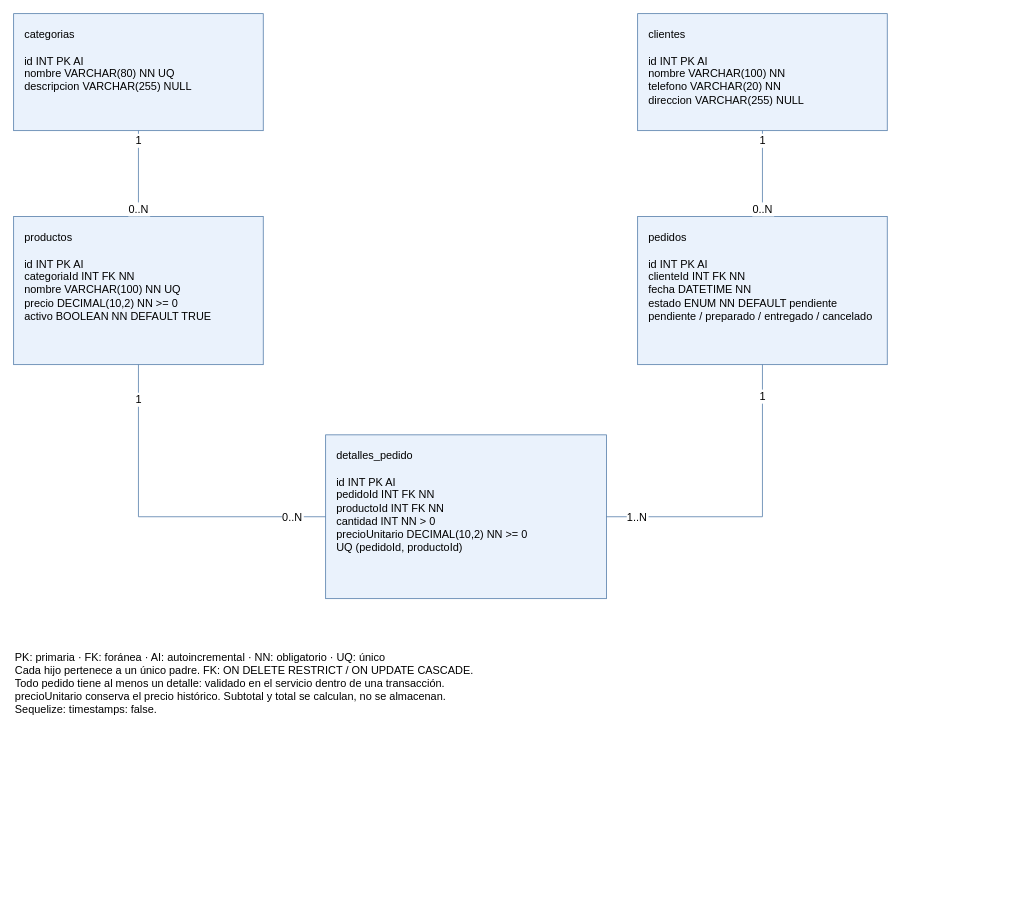
Before: docs/DER_SUGAR_MOOD.drawio in waynerfwdarauz08-byte/sugar_mood, a draw.io diagram. Source tidied: cells renumbered, new cells numbered last; positions are measured from the earlier drawing's top-left corner, leaving out a move shared by most shapes. Both pictures are drawn from the tidied source at 78%, with x=0, y=0 at pixel (13, 13).
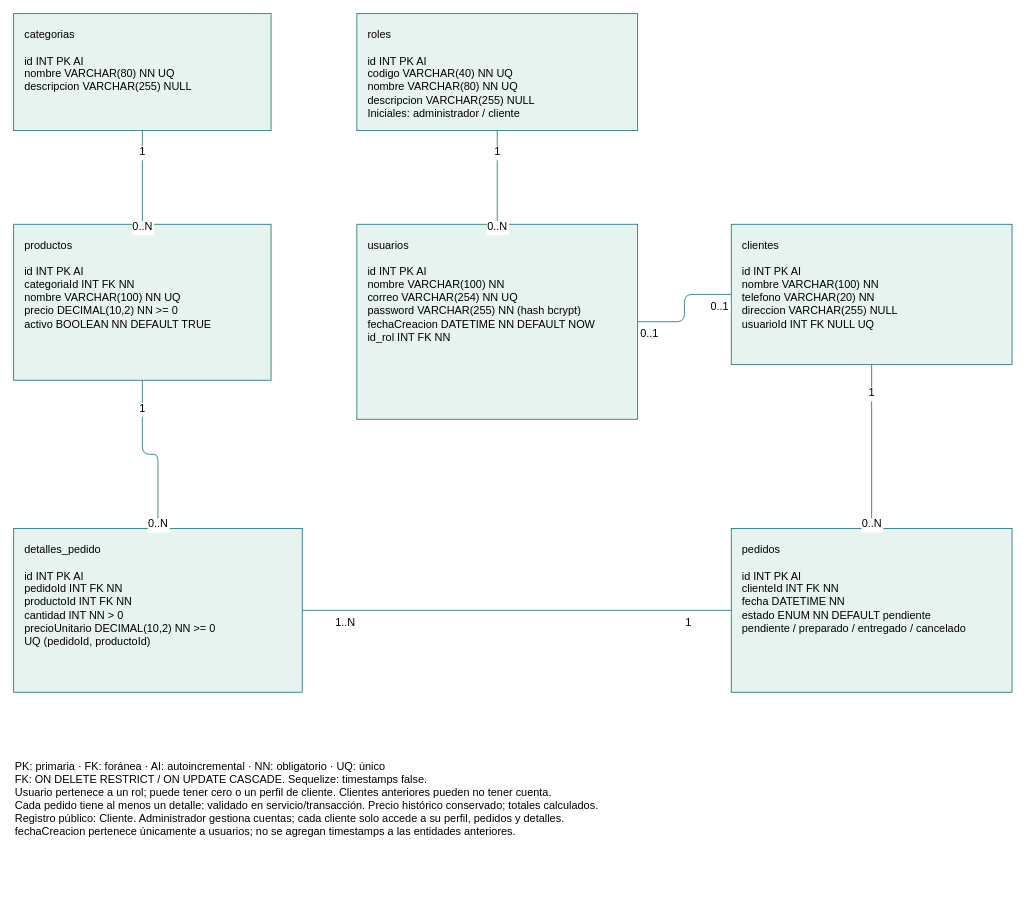
After the change.

What changed in the source:
```diff
@@
-    <mxCell id="2" value="categorias&#10;&#10;id INT PK AI&#10;nombre VARCHAR(80) NN UQ&#10;descripcion VARCHAR(255) NULL" style="rounded=0;whiteSpace=wrap;html=0;align=left;verticalAlign=top;spacing=14;fillColor=#eaf2fc;strokeColor=#537ca9;fontSize=14;fontFamily=Arial;" parent="1" vertex="1">
-      <mxGeometry width="320" height="150" as="geometry" />
+    <mxCell id="2" value="categorias&#10;&#10;id INT PK AI&#10;nombre VARCHAR(80) NN UQ&#10;descripcion VARCHAR(255) NULL" style="rounded=0;whiteSpace=wrap;html=0;align=left;verticalAlign=top;spacing=14;fillColor=#e7f3ef;strokeColor=#126a6c;fontSize=14;fontFamily=Arial;" parent="1" vertex="1">
+      <mxGeometry width="330" height="150" as="geometry" />
     </mxCell>
-    <mxCell id="3" value="productos&#10;&#10;id INT PK AI&#10;categoriaId INT FK NN&#10;nombre VARCHAR(100) NN UQ&#10;precio DECIMAL(10,2) NN &gt;= 0&#10;activo BOOLEAN NN DEFAULT TRUE" style="rounded=0;whiteSpace=wrap;html=0;align=left;verticalAlign=top;spacing=14;fillColor=#eaf2fc;strokeColor=#537ca9;fontSize=14;fontFamily=Arial;" parent="1" vertex="1">
-      <mxGeometry y="260" width="320" height="190" as="geometry" />
+    <mxCell id="3" value="productos&#10;&#10;id INT PK AI&#10;categoriaId INT FK NN&#10;nombre VARCHAR(100) NN UQ&#10;precio DECIMAL(10,2) NN &gt;= 0&#10;activo BOOLEAN NN DEFAULT TRUE" style="rounded=0;whiteSpace=wrap;html=0;align=left;verticalAlign=top;spacing=14;fillColor=#e7f3ef;strokeColor=#126a6c;fontSize=14;fontFamily=Arial;" parent="1" vertex="1">
+      <mxGeometry y="270" width="330" height="200" as="geometry" />
     </mxCell>
+    <mxCell id="6" value="detalles_pedido&#10;&#10;id INT PK AI&#10;pedidoId INT FK NN&#10;productoId INT FK NN&#10;cantidad INT NN &gt; 0&#10;precioUnitario DECIMAL(10,2) NN &gt;= 0&#10;UQ (pedidoId, productoId)" style="rounded=0;whiteSpace=wrap;html=0;align=left;verticalAlign=top;spacing=14;fillColor=#e7f3ef;strokeColor=#126a6c;fontSize=14;fontFamily=Arial;" parent="1" vertex="1">
+      <mxGeometry y="660" width="370" height="210" as="geometry" />
+    </mxCell>
+    <mxCell id="20" value="roles&#10;&#10;id INT PK AI&#10;codigo VARCHAR(40) NN UQ&#10;nombre VARCHAR(80) NN UQ&#10;descripcion VARCHAR(255) NULL&#10;Iniciales: administrador / cliente" style="rounded=0;whiteSpace=wrap;html=0;align=left;verticalAlign=top;spacing=14;fillColor=#e7f3ef;strokeColor=#126a6c;fontSize=14;fontFamily=Arial;" parent="1" vertex="1">
+      <mxGeometry x="440" width="360" height="150" as="geometry" />
+    </mxCell>
+    <mxCell id="21" value="usuarios&#10;&#10;id INT PK AI&#10;nombre VARCHAR(100) NN&#10;correo VARCHAR(254) NN UQ&#10;password VARCHAR(255) NN (hash bcrypt)&#10;fechaCreacion DATETIME NN DEFAULT NOW&#10;id_rol INT FK NN" style="rounded=0;whiteSpace=wrap;html=0;align=left;verticalAlign=top;spacing=14;fillColor=#e7f3ef;strokeColor=#126a6c;fontSize=14;fontFamily=Arial;" parent="1" vertex="1">
+      <mxGeometry x="440" y="270" width="360" height="250" as="geometry" />
+    </mxCell>
-    <mxCell id="4" value="clientes&#10;&#10;id INT PK AI&#10;nombre VARCHAR(100) NN&#10;telefono VARCHAR(20) NN&#10;direccion VARCHAR(255) NULL" style="rounded=0;whiteSpace=wrap;html=0;align=left;verticalAlign=top;spacing=14;fillColor=#eaf2fc;strokeColor=#537ca9;fontSize=14;fontFamily=Arial;" parent="1" vertex="1">
-      <mxGeometry x="800" width="320" height="150" as="geometry" />
+    <mxCell id="4" value="clientes&#10;&#10;id INT PK AI&#10;nombre VARCHAR(100) NN&#10;telefono VARCHAR(20) NN&#10;direccion VARCHAR(255) NULL&#10;usuarioId INT FK NULL UQ" style="rounded=0;whiteSpace=wrap;html=0;align=left;verticalAlign=top;spacing=14;fillColor=#e7f3ef;strokeColor=#126a6c;fontSize=14;fontFamily=Arial;" parent="1" vertex="1">
+      <mxGeometry x="920" y="270" width="360" height="180" as="geometry" />
     </mxCell>
-    <mxCell id="5" value="pedidos&#10;&#10;id INT PK AI&#10;clienteId INT FK NN&#10;fecha DATETIME NN&#10;estado ENUM NN DEFAULT pendiente&#10;pendiente / preparado / entregado / cancelado" style="rounded=0;whiteSpace=wrap;html=0;align=left;verticalAlign=top;spacing=14;fillColor=#eaf2fc;strokeColor=#537ca9;fontSize=14;fontFamily=Arial;" parent="1" vertex="1">
-      <mxGeometry x="800" y="260" width="320" height="190" as="geometry" />
+    <mxCell id="5" value="pedidos&#10;&#10;id INT PK AI&#10;clienteId INT FK NN&#10;fecha DATETIME NN&#10;estado ENUM NN DEFAULT pendiente&#10;pendiente / preparado / entregado / cancelado" style="rounded=0;whiteSpace=wrap;html=0;align=left;verticalAlign=top;spacing=14;fillColor=#e7f3ef;strokeColor=#126a6c;fontSize=14;fontFamily=Arial;" parent="1" vertex="1">
+      <mxGeometry x="920" y="660" width="360" height="210" as="geometry" />
     </mxCell>
-    <mxCell id="6" value="detalles_pedido&#10;&#10;id INT PK AI&#10;pedidoId INT FK NN&#10;productoId INT FK NN&#10;cantidad INT NN &gt; 0&#10;precioUnitario DECIMAL(10,2) NN &gt;= 0&#10;UQ (pedidoId, productoId)" style="rounded=0;whiteSpace=wrap;html=0;align=left;verticalAlign=top;spacing=14;fillColor=#eaf2fc;strokeColor=#537ca9;fontSize=14;fontFamily=Arial;" parent="1" vertex="1">
-      <mxGeometry x="400" y="540" width="360" height="210" as="geometry" />
-    </mxCell>
-    <mxCell id="7" style="edgeStyle=orthogonalEdgeStyle;rounded=0;html=0;endArrow=none;startArrow=none;strokeColor=#537ca9;exitX=0.5;exitY=1;entryX=0.5;entryY=0;" parent="1" edge="1" source="2" target="3">
+    <mxCell id="7" style="edgeStyle=orthogonalEdgeStyle;endArrow=none;startArrow=none;strokeColor=#126a6c;exitX=0.5;exitY=1;entryX=0.5;entryY=0;" parent="1" edge="1" source="2" target="3">
       <mxGeometry relative="1" as="geometry" />
     </mxCell>
-    <mxCell id="8" value="1" style="edgeLabel;html=0;align=center;verticalAlign=middle;fontSize=14;labelBackgroundColor=#ffffff;" parent="7" vertex="1">
-      <mxGeometry x="-0.8" relative="1" as="geometry" />
-    </mxCell>
-    <mxCell id="9" value="0..N" style="edgeLabel;html=0;align=center;verticalAlign=middle;fontSize=14;labelBackgroundColor=#ffffff;" parent="7" vertex="1">
-      <mxGeometry x="0.8" relative="1" as="geometry" />
-    </mxCell>
+    <mxCell id="22" value="1" style="edgeLabel;html=0;align=center;fontSize=14;labelBackgroundColor=#ffffff;" parent="7" vertex="1">
+      <mxGeometry x="-0.8" relative="1" as="geometry" />
+    </mxCell>
+    <mxCell id="23" value="0..N" style="edgeLabel;html=0;align=center;fontSize=14;labelBackgroundColor=#ffffff;" parent="7" vertex="1">
+      <mxGeometry x="0.8" relative="1" as="geometry" />
+    </mxCell>
-    <mxCell id="10" style="edgeStyle=orthogonalEdgeStyle;rounded=0;html=0;endArrow=none;startArrow=none;strokeColor=#537ca9;exitX=0.5;exitY=1;entryX=0.5;entryY=0;" parent="1" edge="1" source="4" target="5">
+    <mxCell id="10" style="edgeStyle=orthogonalEdgeStyle;endArrow=none;startArrow=none;strokeColor=#126a6c;exitX=0.5;exitY=1;entryX=0.5;entryY=0;" parent="1" edge="1" source="3" target="6">
       <mxGeometry relative="1" as="geometry" />
     </mxCell>
-    <mxCell id="11" value="1" style="edgeLabel;html=0;align=center;verticalAlign=middle;fontSize=14;labelBackgroundColor=#ffffff;" parent="10" vertex="1">
-      <mxGeometry x="-0.8" relative="1" as="geometry" />
-    </mxCell>
-    <mxCell id="12" value="0..N" style="edgeLabel;html=0;align=center;verticalAlign=middle;fontSize=14;labelBackgroundColor=#ffffff;" parent="10" vertex="1">
-      <mxGeometry x="0.8" relative="1" as="geometry" />
-    </mxCell>
+    <mxCell id="24" value="1" style="edgeLabel;html=0;align=center;fontSize=14;labelBackgroundColor=#ffffff;" parent="10" vertex="1">
+      <mxGeometry x="-0.8" relative="1" as="geometry" />
+    </mxCell>
+    <mxCell id="25" value="0..N" style="edgeLabel;html=0;align=center;fontSize=14;labelBackgroundColor=#ffffff;" parent="10" vertex="1">
+      <mxGeometry x="0.8" relative="1" as="geometry" />
+    </mxCell>
-    <mxCell id="13" style="edgeStyle=orthogonalEdgeStyle;rounded=0;html=0;endArrow=none;startArrow=none;strokeColor=#537ca9;exitX=0.5;exitY=1;entryX=0;entryY=0.5;" parent="1" edge="1" source="3" target="6">
+    <mxCell id="13" style="edgeStyle=orthogonalEdgeStyle;endArrow=none;startArrow=none;strokeColor=#126a6c;exitX=0.5;exitY=1;entryX=0.5;entryY=0;" parent="1" edge="1" source="20" target="21">
       <mxGeometry relative="1" as="geometry" />
     </mxCell>
-    <mxCell id="14" value="1" style="edgeLabel;html=0;align=center;verticalAlign=middle;fontSize=14;labelBackgroundColor=#ffffff;" parent="13" vertex="1">
-      <mxGeometry x="-0.8" relative="1" as="geometry" />
-    </mxCell>
-    <mxCell id="15" value="0..N" style="edgeLabel;html=0;align=center;verticalAlign=middle;fontSize=14;labelBackgroundColor=#ffffff;" parent="13" vertex="1">
-      <mxGeometry x="0.8" relative="1" as="geometry" />
-    </mxCell>
+    <mxCell id="26" value="1" style="edgeLabel;html=0;align=center;fontSize=14;labelBackgroundColor=#ffffff;" parent="13" vertex="1">
+      <mxGeometry x="-0.8" relative="1" as="geometry" />
+    </mxCell>
+    <mxCell id="27" value="0..N" style="edgeLabel;html=0;align=center;fontSize=14;labelBackgroundColor=#ffffff;" parent="13" vertex="1">
+      <mxGeometry x="0.8" relative="1" as="geometry" />
+    </mxCell>
-    <mxCell id="16" style="edgeStyle=orthogonalEdgeStyle;rounded=0;html=0;endArrow=none;startArrow=none;strokeColor=#537ca9;exitX=0.5;exitY=1;entryX=1;entryY=0.5;" parent="1" edge="1" source="5" target="6">
+    <mxCell id="16" style="edgeStyle=orthogonalEdgeStyle;endArrow=none;startArrow=none;strokeColor=#126a6c;exitX=1;exitY=0.5;entryX=0;entryY=0.5;" parent="1" edge="1" source="21" target="4">
       <mxGeometry relative="1" as="geometry" />
     </mxCell>
-    <mxCell id="17" value="1" style="edgeLabel;html=0;align=center;verticalAlign=middle;fontSize=14;labelBackgroundColor=#ffffff;" parent="16" vertex="1">
-      <mxGeometry x="-0.8" relative="1" as="geometry" />
-    </mxCell>
+    <mxCell id="28" value="0..1" style="edgeLabel;html=0;align=center;fontSize=14;labelBackgroundColor=#ffffff;" parent="16" vertex="1">
+      <mxGeometry x="-0.8" relative="1" as="geometry" />
+    </mxCell>
+    <mxCell id="29" value="0..1" style="edgeLabel;html=0;align=center;fontSize=14;labelBackgroundColor=#ffffff;" parent="16" vertex="1">
+      <mxGeometry x="0.8" relative="1" as="geometry" />
+    </mxCell>
+    <mxCell id="30" style="edgeStyle=orthogonalEdgeStyle;endArrow=none;startArrow=none;strokeColor=#126a6c;exitX=0.5;exitY=1;entryX=0.5;entryY=0;" parent="1" edge="1" source="4" target="5">
+      <mxGeometry relative="1" as="geometry" />
+    </mxCell>
+    <mxCell id="31" value="1" style="edgeLabel;html=0;align=center;fontSize=14;labelBackgroundColor=#ffffff;" parent="30" vertex="1">
+      <mxGeometry x="-0.8" relative="1" as="geometry" />
+    </mxCell>
+    <mxCell id="32" value="0..N" style="edgeLabel;html=0;align=center;fontSize=14;labelBackgroundColor=#ffffff;" parent="30" vertex="1">
+      <mxGeometry x="0.8" relative="1" as="geometry" />
+    </mxCell>
+    <mxCell id="33" style="edgeStyle=orthogonalEdgeStyle;endArrow=none;startArrow=none;strokeColor=#126a6c;exitX=0;exitY=0.5;entryX=1;entryY=0.5;" parent="1" edge="1" source="5" target="6">
+      <mxGeometry relative="1" as="geometry" />
+    </mxCell>
+    <mxCell id="34" value="1" style="edgeLabel;html=0;align=center;fontSize=14;labelBackgroundColor=#ffffff;" parent="33" vertex="1">
+      <mxGeometry x="-0.8" relative="1" as="geometry" />
+    </mxCell>
-    <mxCell id="18" value="1..N" style="edgeLabel;html=0;align=center;verticalAlign=middle;fontSize=14;labelBackgroundColor=#ffffff;" parent="16" vertex="1">
+    <mxCell id="18" value="1..N" style="edgeLabel;html=0;align=center;fontSize=14;labelBackgroundColor=#ffffff;" parent="33" vertex="1">
       <mxGeometry x="0.8" relative="1" as="geometry" />
     </mxCell>
-    <mxCell id="19" value="PK: primaria · FK: foránea · AI: autoincremental · NN: obligatorio · UQ: único&#10;Cada hijo pertenece a un único padre. FK: ON DELETE RESTRICT / ON UPDATE CASCADE.&#10;Todo pedido tiene al menos un detalle: validado en el servicio dentro de una transacción.&#10;precioUnitario conserva el precio histórico. Subtotal y total se calculan, no se almacenan.&#10;Sequelize: timestamps: false." style="text;html=0;align=left;verticalAlign=top;whiteSpace=wrap;fontSize=14;" parent="1" vertex="1">
-      <mxGeometry y="810" width="1120" height="140" as="geometry" />
-    </mxCell>
+    <mxCell id="35" value="PK: primaria · FK: foránea · AI: autoincremental · NN: obligatorio · UQ: único&#10;FK: ON DELETE RESTRICT / ON UPDATE CASCADE. Sequelize: timestamps false.&#10;Usuario pertenece a un rol; puede tener cero o un perfil de cliente. Clientes anteriores pueden no tener cuenta.&#10;Cada pedido tiene al menos un detalle: validado en servicio/transacción. Precio histórico conservado; totales calculados.&#10;Registro público: Cliente. Administrador gestiona cuentas; cada cliente solo accede a su perfil, pedidos y detalles.&#10;fechaCreacion pertenece únicamente a usuarios; no se agregan timestamps a las entidades anteriores." style="text;html=0;align=left;whiteSpace=wrap;fontSize=14;" parent="1" vertex="1">
+      <mxGeometry y="950" width="1280" height="170" as="geometry" />
+    </mxCell>
```
